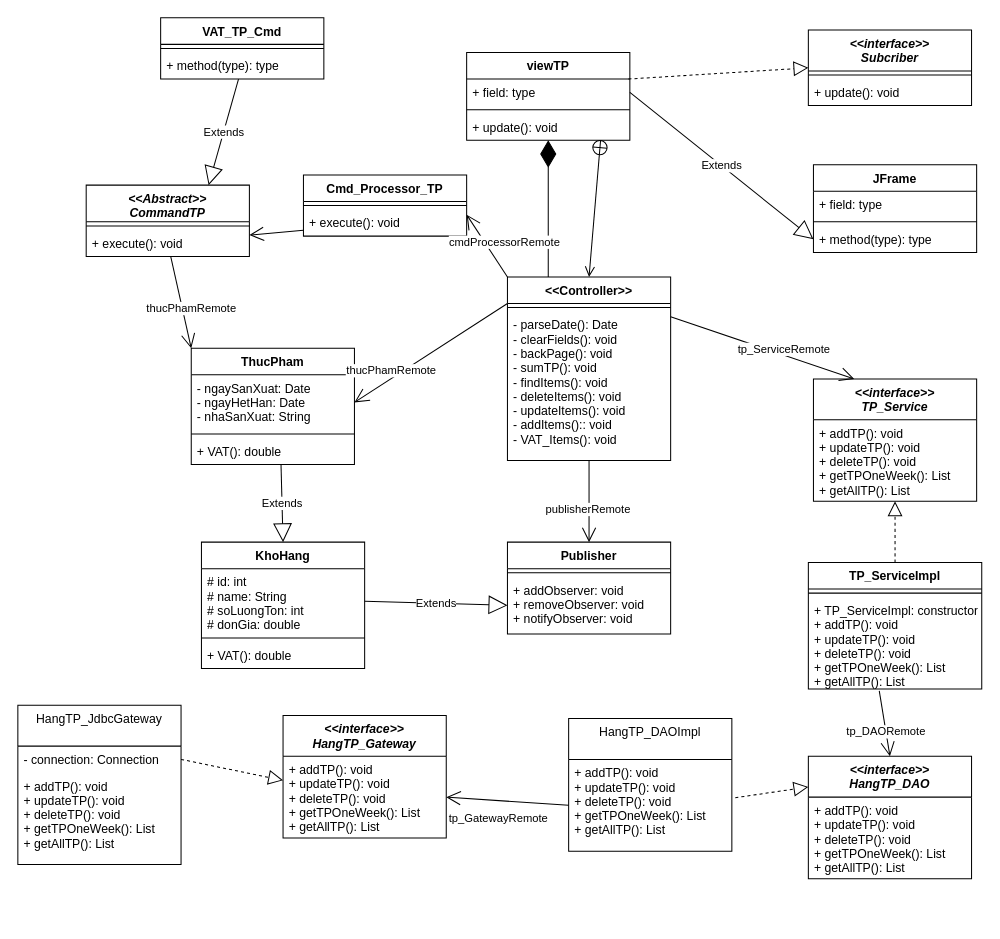
Earlier version of the draw.io diagram page "ThucPham" (2 of 11) of Diagrams.drawio (TMChi3n/DesignPattern). Source tidied: cells renumbered, new cells numbered last; positions are measured from the earlier drawing's top-left corner, leaving out a move shared by most shapes. Both pictures are drawn from the tidied source at 102%, with x=0, y=0 at pixel (17, 17).
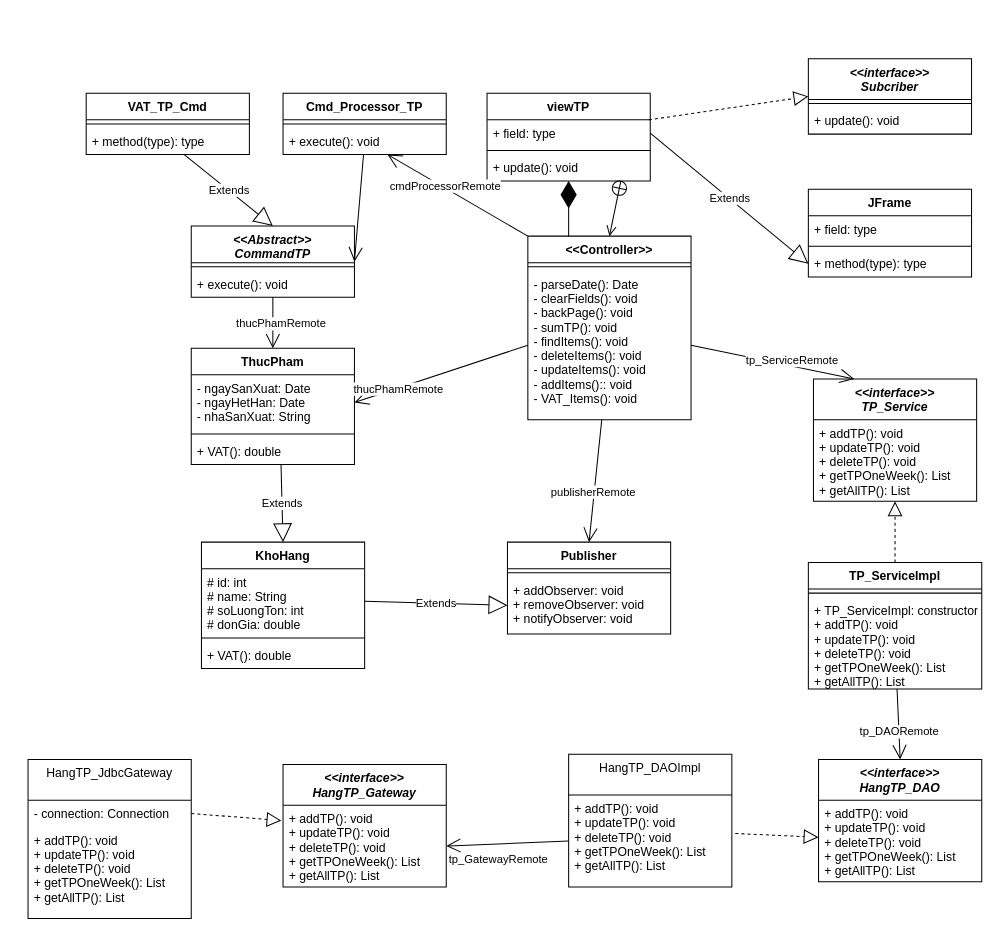
Above is the later version.

Unchanged cells that the change refers to:
```xml
<mxCell id="3" value="+ addTP(): void&#10;+ updateTP(): void&#10;+ deleteTP(): void&#10;+ getTPOneWeek(): List&#10;+ getAllTP(): List" style="text;strokeColor=none;fillColor=none;align=left;verticalAlign=top;spacingLeft=4;spacingRight=4;overflow=hidden;points=[[0,0.5],[1,0.5]];portConstraint=eastwest;" parent="2" vertex="1">
  <mxGeometry y="40" width="160" height="80" as="geometry" />
</mxCell>
<mxCell id="5" value="+ addTP(): void&#10;+ updateTP(): void&#10;+ deleteTP(): void&#10;+ getTPOneWeek(): List&#10;+ getAllTP(): List" style="text;strokeColor=none;fillColor=none;align=left;verticalAlign=top;spacingLeft=4;spacingRight=4;overflow=hidden;points=[[0,0.5],[1,0.5]];portConstraint=eastwest;" parent="4" vertex="1">
  <mxGeometry y="40" width="160" height="80" as="geometry" />
</mxCell>
<mxCell id="7" value="+ addTP(): void&#10;+ updateTP(): void&#10;+ deleteTP(): void&#10;+ getTPOneWeek(): List&#10;+ getAllTP(): List" style="text;strokeColor=none;fillColor=none;align=left;verticalAlign=top;spacingLeft=4;spacingRight=4;overflow=hidden;points=[[0,0.5],[1,0.5]];portConstraint=eastwest;" parent="6" vertex="1">
  <mxGeometry y="40" width="160" height="90" as="geometry" />
</mxCell>
<mxCell id="10" value="- connection: Connection" style="text;strokeColor=none;fillColor=none;align=left;verticalAlign=top;spacingLeft=4;spacingRight=4;overflow=hidden;points=[[0,0.5],[1,0.5]];portConstraint=eastwest;" parent="9" vertex="1">
  <mxGeometry y="40" width="160" height="26" as="geometry" />
</mxCell>
<mxCell id="15" value="&lt;&lt;interface&gt;&gt;&#10;TP_Service" style="swimlane;fontStyle=3;align=center;verticalAlign=top;horizontal=1;startSize=40;" parent="1" vertex="1">
  <mxGeometry x="780" y="354" width="160" height="120" as="geometry" />
</mxCell>
<mxCell id="19" value="+ TP_ServiceImpl: constructor&#10;+ addTP(): void&#10;+ updateTP(): void&#10;+ deleteTP(): void&#10;+ getTPOneWeek(): List&#10;+ getAllTP(): List" style="text;strokeColor=none;fillColor=none;align=left;verticalAlign=top;spacingLeft=4;spacingRight=4;overflow=hidden;points=[[0,0.5],[1,0.5]];portConstraint=eastwest;" parent="17" vertex="1">
  <mxGeometry y="34" width="170" height="90" as="geometry" />
</mxCell>
<mxCell id="23" value="ThucPham" style="swimlane;fontStyle=1;align=center;verticalAlign=top;horizontal=1;startSize=26;" parent="1" vertex="1">
  <mxGeometry x="170" y="324" width="160" height="114" as="geometry" />
</mxCell>
<mxCell id="24" value="- ngaySanXuat: Date&#10;- ngayHetHan: Date&#10;- nhaSanXuat: String" style="text;strokeColor=none;fillColor=none;align=left;verticalAlign=top;spacingLeft=4;spacingRight=4;overflow=hidden;points=[[0,0.5],[1,0.5]];portConstraint=eastwest;" parent="23" vertex="1">
  <mxGeometry y="26" width="160" height="54" as="geometry" />
</mxCell>
<mxCell id="41" value="- parseDate(): Date&#10;- clearFields(): void&#10;- backPage(): void&#10;- sumTP(): void&#10;- findItems(): void&#10;- deleteItems(): void&#10;- updateItems(): void&#10;- addItems():: void&#10;- VAT_Items(): void&#10;" style="text;strokeColor=none;fillColor=none;align=left;verticalAlign=top;spacingLeft=4;spacingRight=4;overflow=hidden;points=[[0,0.5],[1,0.5]];portConstraint=eastwest;" parent="39" vertex="1">
  <mxGeometry y="34" width="160" height="146" as="geometry" />
</mxCell>
<mxCell id="61" value="+ execute(): void" style="text;strokeColor=none;fillColor=none;align=left;verticalAlign=top;spacingLeft=4;spacingRight=4;overflow=hidden;points=[[0,0.5],[1,0.5]];portConstraint=eastwest;whiteSpace=wrap;html=1;" parent="59" vertex="1">
  <mxGeometry y="34" width="160" height="26" as="geometry" />
</mxCell>
<mxCell id="64" value="+ execute(): void" style="text;strokeColor=none;fillColor=none;align=left;verticalAlign=top;spacingLeft=4;spacingRight=4;overflow=hidden;points=[[0,0.5],[1,0.5]];portConstraint=eastwest;whiteSpace=wrap;html=1;" parent="62" vertex="1">
  <mxGeometry y="44" width="160" height="26" as="geometry" />
</mxCell>
<mxCell id="67" value="+ method(type): type" style="text;strokeColor=none;fillColor=none;align=left;verticalAlign=top;spacingLeft=4;spacingRight=4;overflow=hidden;points=[[0,0.5],[1,0.5]];portConstraint=eastwest;whiteSpace=wrap;html=1;" parent="65" vertex="1">
  <mxGeometry y="34" width="160" height="26" as="geometry" />
</mxCell>
```

Diff of the diagram source:
```diff
@@
     <mxCell id="2" value="&lt;&lt;interface&gt;&gt;&#10;HangTP_DAO" style="swimlane;fontStyle=3;align=center;verticalAlign=top;horizontal=1;startSize=40;" parent="1" vertex="1">
-      <mxGeometry x="775" y="724" width="160" height="120" as="geometry" />
+      <mxGeometry x="785" y="727" width="160" height="120" as="geometry" />
     </mxCell>
@@
     <mxCell id="4" value="&lt;&lt;interface&gt;&gt;&#10;HangTP_Gateway" style="swimlane;fontStyle=3;align=center;verticalAlign=top;horizontal=1;startSize=40;" parent="1" vertex="1">
-      <mxGeometry x="260" y="684" width="160" height="120" as="geometry" />
+      <mxGeometry x="260" y="732" width="160" height="120" as="geometry" />
     </mxCell>
@@
     <mxCell id="6" value="HangTP_DAOImpl" style="swimlane;fontStyle=0;align=center;verticalAlign=top;horizontal=1;startSize=40;" parent="1" vertex="1">
-      <mxGeometry x="540" y="687" width="160" height="130" as="geometry" />
+      <mxGeometry x="540" y="722" width="160" height="130" as="geometry" />
     </mxCell>
@@
-    <mxCell id="8" style="endArrow=block;dashed=1;endFill=0;endSize=12;html=1;exitX=1.021;exitY=0.418;exitDx=0;exitDy=0;entryX=0;entryY=0.25;entryDx=0;entryDy=0;exitPerimeter=0;" parent="1" edge="1" source="7" target="2">
+    <mxCell id="8" style="endArrow=block;dashed=1;endFill=0;endSize=12;html=1;exitX=1.021;exitY=0.418;exitDx=0;exitDy=0;exitPerimeter=0;" parent="1" edge="1" source="7" target="3">
       <mxGeometry relative="1" as="geometry" />
     </mxCell>
     <mxCell id="9" value="HangTP_JdbcGateway" style="swimlane;fontStyle=0;align=center;verticalAlign=top;horizontal=1;startSize=40;" parent="1" vertex="1">
-      <mxGeometry y="674" width="160" height="156" as="geometry" />
+      <mxGeometry x="10" y="727" width="160" height="156" as="geometry" />
     </mxCell>
@@
-    <mxCell id="14" style="endArrow=block;dashed=1;endFill=0;endSize=12;html=1;exitX=1;exitY=0.5;exitDx=0;exitDy=0;" parent="1" edge="1" source="10" target="5">
+    <mxCell id="14" style="endArrow=block;dashed=1;endFill=0;endSize=12;html=1;exitX=1;exitY=0.5;exitDx=0;exitDy=0;entryX=-0.01;entryY=0.188;entryDx=0;entryDy=0;entryPerimeter=0;" parent="1" edge="1" source="10" target="5">
       <mxGeometry relative="1" as="geometry" />
     </mxCell>
@@
-    <mxCell id="21" style="endArrow=open;endFill=1;endSize=12;html=1;exitX=0.409;exitY=1.02;exitDx=0;exitDy=0;exitPerimeter=0;entryX=0.5;entryY=0;entryDx=0;entryDy=0;" parent="1" edge="1" source="19" target="2">
+    <mxCell id="21" style="endArrow=open;endFill=1;endSize=12;html=1;entryX=0.5;entryY=0;entryDx=0;entryDy=0;" parent="1" edge="1" source="19" target="2">
       <mxGeometry relative="1" as="geometry" />
     </mxCell>
@@
     <mxCell id="35" value="viewTP" style="swimlane;fontStyle=1;align=center;verticalAlign=top;horizontal=1;startSize=26;" parent="1" vertex="1">
-      <mxGeometry x="440" y="34" width="160" height="86" as="geometry" />
+      <mxGeometry x="460" y="74" width="160" height="86" as="geometry" />
     </mxCell>
@@
     <mxCell id="39" value="&lt;&lt;Controller&gt;&gt;" style="swimlane;fontStyle=1;align=center;verticalAlign=top;horizontal=1;startSize=26;" parent="1" vertex="1">
-      <mxGeometry x="480" y="254" width="160" height="180" as="geometry" />
+      <mxGeometry x="500" y="214" width="160" height="180" as="geometry" />
     </mxCell>
@@
     <mxCell id="44" value="JFrame" style="swimlane;fontStyle=1;align=center;verticalAlign=top;horizontal=1;startSize=26;" parent="1" vertex="1">
-      <mxGeometry x="780" y="144" width="160" height="86" as="geometry" />
+      <mxGeometry x="775" y="168" width="160" height="86" as="geometry" />
     </mxCell>
@@
-    <mxCell id="49" style="endArrow=open;endFill=1;endSize=12;html=1;exitX=1;exitY=0.5;exitDx=0;exitDy=0;entryX=0.25;entryY=0;entryDx=0;entryDy=0;" parent="1" edge="1" target="15">
-      <mxGeometry relative="1" as="geometry">
-        <mxPoint x="640" y="293" as="sourcePoint" />
-      </mxGeometry>
+    <mxCell id="49" style="endArrow=open;endFill=1;endSize=12;html=1;exitX=1;exitY=0.5;exitDx=0;exitDy=0;entryX=0.25;entryY=0;entryDx=0;entryDy=0;" parent="1" edge="1" source="41" target="15">
+      <mxGeometry relative="1" as="geometry" />
     </mxCell>
@@
     <mxCell id="53" value="&lt;&lt;interface&gt;&gt;&#10;Subcriber&#10;" style="swimlane;fontStyle=3;align=center;verticalAlign=top;horizontal=1;startSize=40;" parent="1" vertex="1">
-      <mxGeometry x="775" y="12" width="160" height="74" as="geometry" />
+      <mxGeometry x="775" y="40" width="160" height="74" as="geometry" />
     </mxCell>
@@
-    <mxCell id="57" style="endArrow=open;endFill=1;endSize=12;html=1;rounded=0;exitX=0;exitY=0.25;exitDx=0;exitDy=0;entryX=1;entryY=0.5;entryDx=0;entryDy=0;" parent="1" edge="1" target="24">
-      <mxGeometry relative="1" as="geometry">
-        <mxPoint x="480" y="280" as="sourcePoint" />
-      </mxGeometry>
+    <mxCell id="57" style="endArrow=open;endFill=1;endSize=12;html=1;rounded=0;exitX=0;exitY=0.5;exitDx=0;exitDy=0;entryX=1;entryY=0.5;entryDx=0;entryDy=0;" parent="1" edge="1" source="41" target="24">
+      <mxGeometry relative="1" as="geometry" />
     </mxCell>
@@
     <mxCell id="59" value="Cmd_Processor_TP" style="swimlane;fontStyle=1;align=center;verticalAlign=top;horizontal=1;startSize=26;whiteSpace=wrap;html=1;" parent="1" vertex="1">
-      <mxGeometry x="280" y="154" width="160" height="60" as="geometry" />
+      <mxGeometry x="260" y="74" width="160" height="60" as="geometry" />
     </mxCell>
@@
     <mxCell id="62" value="&lt;i style=&quot;&quot;&gt;&amp;lt;&amp;lt;Abstract&amp;gt;&amp;gt;&lt;br&gt;CommandTP&lt;/i&gt;" style="swimlane;fontStyle=1;align=center;verticalAlign=top;horizontal=1;startSize=36;whiteSpace=wrap;html=1;" parent="1" vertex="1">
-      <mxGeometry x="67" y="164" width="160" height="70" as="geometry" />
+      <mxGeometry x="170" y="204" width="160" height="70" as="geometry" />
     </mxCell>
@@
     <mxCell id="65" value="VAT_TP_Cmd" style="swimlane;fontStyle=1;align=center;verticalAlign=top;horizontal=1;startSize=26;whiteSpace=wrap;html=1;" parent="1" vertex="1">
-      <mxGeometry x="140" width="160" height="60" as="geometry" />
+      <mxGeometry x="67" y="74" width="160" height="60" as="geometry" />
     </mxCell>
@@
-    <mxCell id="68" style="endArrow=open;endFill=1;endSize=12;html=1;entryX=1;entryY=0.5;entryDx=0;entryDy=0;" parent="1" edge="1" source="61">
-      <mxGeometry relative="1" as="geometry">
-        <mxPoint x="227" y="213" as="targetPoint" />
-      </mxGeometry>
+    <mxCell id="68" style="endArrow=open;endFill=1;endSize=12;html=1;entryX=1;entryY=0.5;entryDx=0;entryDy=0;" parent="1" edge="1" source="61" target="62">
+      <mxGeometry relative="1" as="geometry" />
     </mxCell>
-    <mxCell id="69" style="endArrow=open;endFill=1;endSize=12;html=1;entryX=0;entryY=0;entryDx=0;entryDy=0;" parent="1" edge="1" source="64" target="23">
+    <mxCell id="69" style="endArrow=open;endFill=1;endSize=12;html=1;entryX=0.5;entryY=0;entryDx=0;entryDy=0;" parent="1" edge="1" source="64" target="23">
       <mxGeometry relative="1" as="geometry" />
     </mxCell>
@@
-    <mxCell id="71" value="Extends" style="endArrow=block;endSize=16;endFill=0;html=1;entryX=0.75;entryY=0;entryDx=0;entryDy=0;" parent="1" edge="1" source="67" target="62">
+    <mxCell id="71" value="Extends" style="endArrow=block;endSize=16;endFill=0;html=1;entryX=0.5;entryY=0;entryDx=0;entryDy=0;" parent="1" edge="1" source="67" target="62">
       <mxGeometry relative="1" as="geometry" />
     </mxCell>
-    <mxCell id="72" style="endArrow=open;endFill=1;endSize=12;html=1;entryX=1;entryY=0.5;entryDx=0;entryDy=0;exitX=0;exitY=0;exitDx=0;exitDy=0;" parent="1" edge="1" source="39">
-      <mxGeometry relative="1" as="geometry">
-        <mxPoint x="440" y="193" as="targetPoint" />
-      </mxGeometry>
+    <mxCell id="72" style="endArrow=open;endFill=1;endSize=12;html=1;exitX=0;exitY=0;exitDx=0;exitDy=0;" parent="1" edge="1" source="39" target="61">
+      <mxGeometry relative="1" as="geometry" />
     </mxCell>
```
